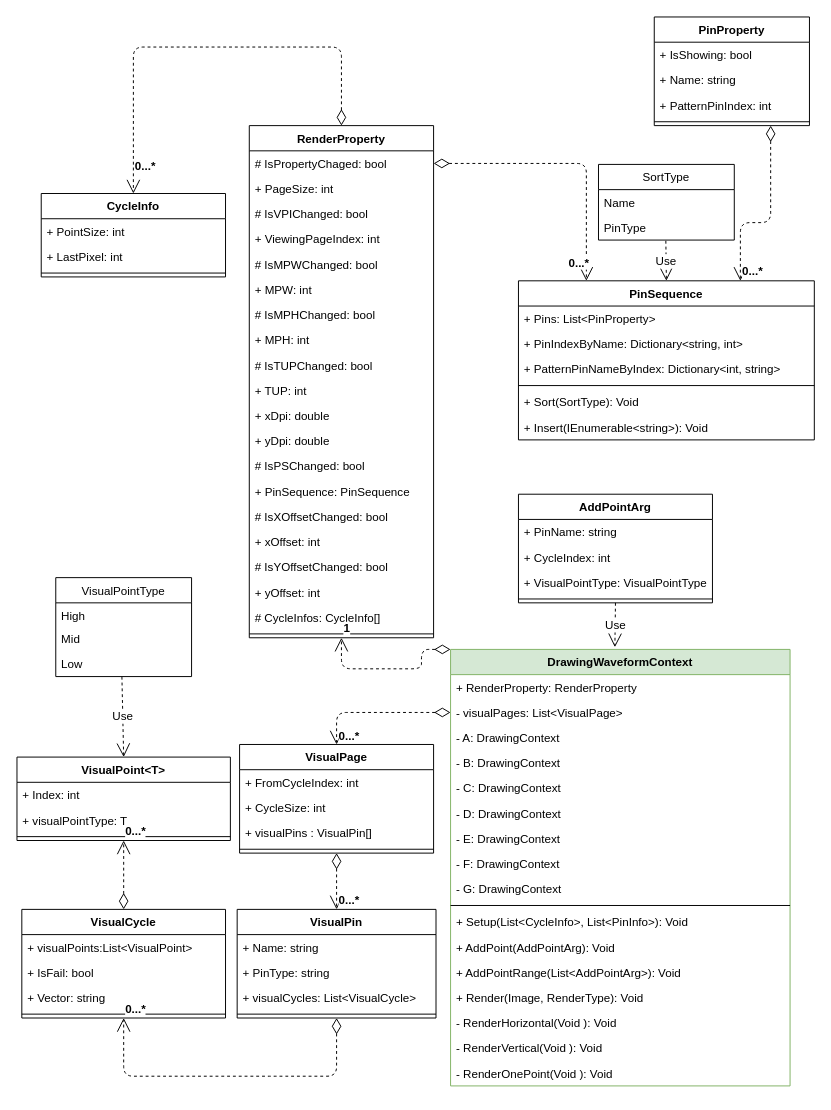
Above: page "WF Class Diagram" (3 of 4) of SG9KG5/Waveform.drawio in Jasson-Chou/Software-Projects (draw.io), before the change. Source tidied: cells renumbered, new cells numbered last; positions are measured from the earlier drawing's top-left corner, leaving out a move shared by most shapes. Both pictures are drawn from the tidied source at 97%, with x=0, y=0 at pixel (-25, 16).
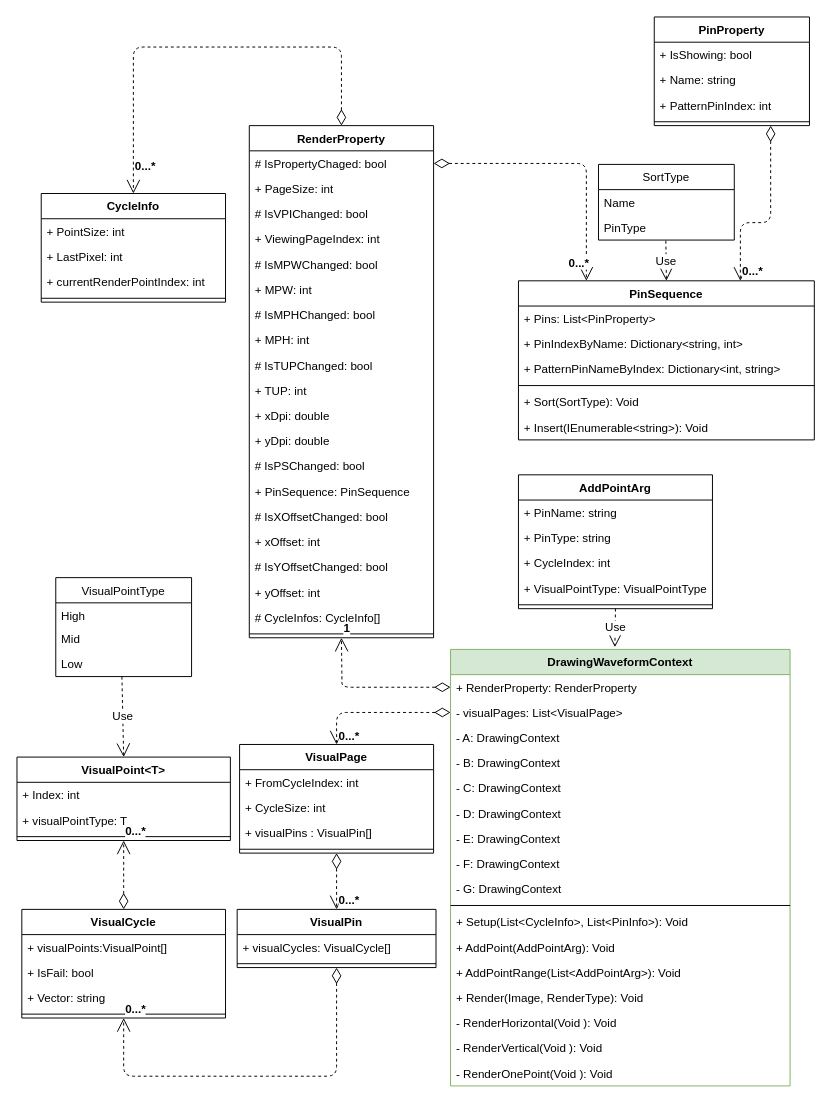
The same diagram, later.

The change refers to these unchanged cells:
```xml
<mxCell id="2" value="DrawingWaveformContext" style="swimlane;fontStyle=1;align=center;verticalAlign=top;horizontal=1;startSize=26;fillColor=#d5e8d4;strokeColor=#82b366;" parent="1" vertex="1">
  <mxGeometry x="490" y="652" width="350" height="450" as="geometry" />
</mxCell>
<mxCell id="3" value="+ RenderProperty: RenderProperty" style="text;strokeColor=none;fillColor=none;align=left;verticalAlign=top;spacingLeft=4;spacingRight=4;overflow=hidden;points=[[0,0.5],[1,0.5]];portConstraint=eastwest;" parent="2" vertex="1">
  <mxGeometry y="26" width="350" height="26" as="geometry" />
</mxCell>
<mxCell id="30" value="VisualCycle" style="swimlane;fontStyle=1;align=center;verticalAlign=top;horizontal=1;startSize=26;" parent="1" vertex="1">
  <mxGeometry x="48" y="920" width="210" height="112" as="geometry" />
</mxCell>
<mxCell id="43" value="RenderProperty" style="swimlane;fontStyle=1;align=center;verticalAlign=top;horizontal=1;startSize=26;" parent="1" vertex="1">
  <mxGeometry x="282.5" y="112" width="190" height="528" as="geometry" />
</mxCell>
```

What changed in the source:
```diff
@@
     <mxCell id="25" value="VisualPin" style="swimlane;fontStyle=1;align=center;verticalAlign=top;horizontal=1;startSize=26;" parent="1" vertex="1">
-      <mxGeometry x="270" y="920" width="205" height="112" as="geometry" />
+      <mxGeometry x="270" y="920" width="205" height="60" as="geometry" />
     </mxCell>
-    <mxCell id="26" value="+ Name: string" style="text;strokeColor=none;fillColor=none;align=left;verticalAlign=top;spacingLeft=4;spacingRight=4;overflow=hidden;" parent="25" vertex="1">
-      <mxGeometry y="26" width="205" height="26" as="geometry" />
-    </mxCell>
-    <mxCell id="27" value="+ PinType: string" style="text;strokeColor=none;fillColor=none;align=left;verticalAlign=top;spacingLeft=4;spacingRight=4;overflow=hidden;" parent="25" vertex="1">
-      <mxGeometry y="52" width="205" height="26" as="geometry" />
-    </mxCell>
-    <mxCell id="28" value="+ visualCycles: List&lt;VisualCycle&gt;" style="text;strokeColor=none;fillColor=none;align=left;verticalAlign=top;spacingLeft=4;spacingRight=4;overflow=hidden;" parent="25" vertex="1">
-      <mxGeometry y="78" width="205" height="26" as="geometry" />
+    <mxCell id="28" value="+ visualCycles: VisualCycle[]" style="text;strokeColor=none;fillColor=none;align=left;verticalAlign=top;spacingLeft=4;spacingRight=4;overflow=hidden;" parent="25" vertex="1">
+      <mxGeometry y="26" width="205" height="26" as="geometry" />
     </mxCell>
     <mxCell id="29" style="line;strokeWidth=1;fillColor=none;align=left;verticalAlign=middle;spacingTop=-1;spacingLeft=3;spacingRight=3;labelPosition=right;" parent="25" vertex="1">
-      <mxGeometry y="104" width="205" height="8" as="geometry" />
+      <mxGeometry y="52" width="205" height="8" as="geometry" />
     </mxCell>
@@
-    <mxCell id="31" value="+ visualPoints:List&lt;VisualPoint&gt;" style="text;strokeColor=none;fillColor=none;align=left;verticalAlign=top;spacingLeft=4;spacingRight=4;overflow=hidden;" parent="30" vertex="1">
+    <mxCell id="31" value="+ visualPoints:VisualPoint[]" style="text;strokeColor=none;fillColor=none;align=left;verticalAlign=top;spacingLeft=4;spacingRight=4;overflow=hidden;" parent="30" vertex="1">
       <mxGeometry y="26" width="210" height="26" as="geometry" />
     </mxCell>
@@
     <mxCell id="39" value="CycleInfo" style="swimlane;fontStyle=1;align=center;verticalAlign=top;horizontal=1;startSize=26;" parent="1" vertex="1">
-      <mxGeometry x="68" y="182" width="190" height="86" as="geometry" />
+      <mxGeometry x="68" y="182" width="190" height="112" as="geometry" />
     </mxCell>
@@
+    <mxCell id="99" value="+ currentRenderPointIndex: int" style="text;strokeColor=none;fillColor=none;align=left;verticalAlign=top;spacingLeft=4;spacingRight=4;overflow=hidden;" parent="39" vertex="1">
+      <mxGeometry y="78" width="190" height="26" as="geometry" />
+    </mxCell>
     <mxCell id="42" style="line;strokeWidth=1;fillColor=none;align=left;verticalAlign=middle;spacingTop=-1;spacingLeft=3;spacingRight=3;labelPosition=right;" parent="39" vertex="1">
-      <mxGeometry y="78" width="190" height="8" as="geometry" />
+      <mxGeometry y="104" width="190" height="8" as="geometry" />
     </mxCell>
@@
     <mxCell id="83" value="AddPointArg" style="swimlane;fontStyle=1;align=center;verticalAlign=top;horizontal=1;startSize=26;" parent="1" vertex="1">
-      <mxGeometry x="560" y="492" width="200" height="112" as="geometry" />
+      <mxGeometry x="560" y="472" width="200" height="138" as="geometry" />
     </mxCell>
@@
+    <mxCell id="27" value="+ PinType: string" style="text;strokeColor=none;fillColor=none;align=left;verticalAlign=top;spacingLeft=4;spacingRight=4;overflow=hidden;" parent="83" vertex="1">
+      <mxGeometry y="52" width="200" height="26" as="geometry" />
+    </mxCell>
     <mxCell id="85" value="+ CycleIndex: int" style="text;strokeColor=none;fillColor=none;align=left;verticalAlign=top;spacingLeft=4;spacingRight=4;overflow=hidden;" parent="83" vertex="1">
-      <mxGeometry y="52" width="200" height="26" as="geometry" />
+      <mxGeometry y="78" width="200" height="26" as="geometry" />
     </mxCell>
     <mxCell id="86" value="+ VisualPointType: VisualPointType" style="text;strokeColor=none;fillColor=none;align=left;verticalAlign=top;spacingLeft=4;spacingRight=4;overflow=hidden;" parent="83" vertex="1">
-      <mxGeometry y="78" width="200" height="26" as="geometry" />
+      <mxGeometry y="104" width="200" height="26" as="geometry" />
     </mxCell>
     <mxCell id="87" style="line;strokeWidth=1;fillColor=none;align=left;verticalAlign=middle;spacingTop=-1;spacingLeft=3;spacingRight=3;labelPosition=right;" parent="83" vertex="1">
-      <mxGeometry y="104" width="200" height="8" as="geometry" />
+      <mxGeometry y="130" width="200" height="8" as="geometry" />
     </mxCell>
@@
-    <mxCell id="93" value="&lt;b&gt;1&lt;/b&gt;" style="endArrow=open;html=1;endSize=12;startArrow=diamondThin;startSize=14;startFill=0;edgeStyle=orthogonalEdgeStyle;align=left;verticalAlign=bottom;dashed=1;fontSize=12;entryX=0.5;entryY=1;entryDx=0;entryDy=0;exitX=0;exitY=0;exitDx=0;exitDy=0;" parent="1" edge="1" source="2" target="43">
+    <mxCell id="93" value="&lt;b&gt;1&lt;/b&gt;" style="endArrow=open;html=1;endSize=12;startArrow=diamondThin;startSize=14;startFill=0;edgeStyle=orthogonalEdgeStyle;align=left;verticalAlign=bottom;dashed=1;fontSize=12;entryX=0.5;entryY=1;entryDx=0;entryDy=0;exitX=0;exitY=0.5;exitDx=0;exitDy=0;" parent="1" edge="1" source="3" target="43">
       <mxGeometry x="1" relative="1" as="geometry">
         <Array as="points">
-          <mxPoint x="460" y="652" />
-          <mxPoint x="460" y="672" />
-          <mxPoint x="378" y="672" />
+          <mxPoint x="378" y="691" />
+          <mxPoint x="378" y="682" />
         </Array>
       </mxGeometry>
     </mxCell>
```
